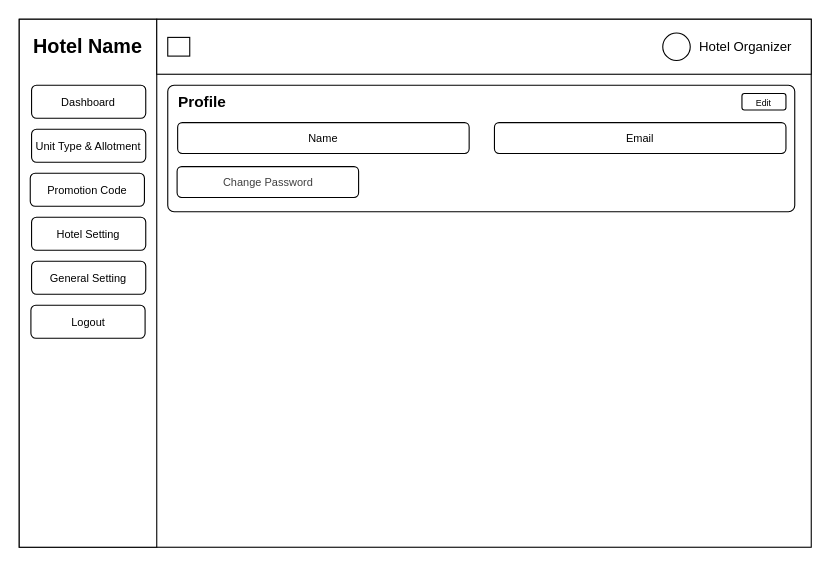
Above: diagram/antarmuka/hotel-organizer/profile.drawio in Hans-Star18/ta-booking-system (draw.io), before the change. Source tidied: cells renumbered, new cells numbered last; positions are measured from the earlier drawing's top-left corner, leaving out a move shared by most shapes. Both pictures are drawn from the tidied source at 110%, with x=0, y=0 at pixel (19, 19).
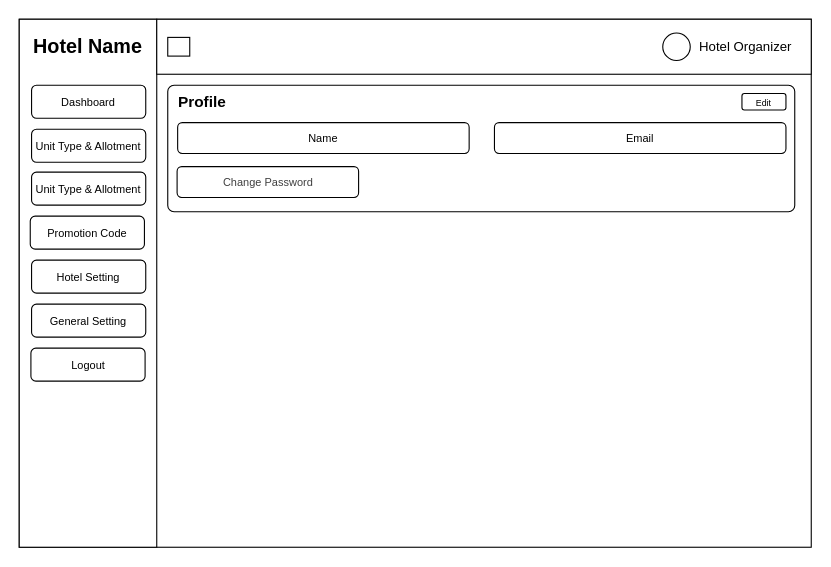
The same page after the edit.

Change to the diagram source:
```diff
@@
     <mxCell id="11" value="&lt;font style=&quot;font-size: 10px;&quot;&gt;Unit Type &amp;amp; Allotment&lt;/font&gt;" style="rounded=1;whiteSpace=wrap;html=1;" parent="1" vertex="1">
-      <mxGeometry x="11.2" y="100" width="103.8" height="30" as="geometry" />
+      <mxGeometry x="11.2" y="139" width="103.8" height="30" as="geometry" />
     </mxCell>
     <mxCell id="12" value="&lt;font style=&quot;font-size: 10px;&quot;&gt;Promotion Code&lt;/font&gt;" style="rounded=1;whiteSpace=wrap;html=1;" parent="1" vertex="1">
-      <mxGeometry x="10" y="140" width="103.8" height="30" as="geometry" />
+      <mxGeometry x="10" y="179" width="103.8" height="30" as="geometry" />
     </mxCell>
     <mxCell id="13" value="&lt;font style=&quot;font-size: 10px;&quot;&gt;General Setting&lt;/font&gt;" style="rounded=1;whiteSpace=wrap;html=1;" parent="1" vertex="1">
-      <mxGeometry x="11.2" y="220" width="103.8" height="30" as="geometry" />
+      <mxGeometry x="11.2" y="259" width="103.8" height="30" as="geometry" />
     </mxCell>
     <mxCell id="14" value="&lt;font style=&quot;font-size: 10px;&quot;&gt;Hotel Setting&lt;/font&gt;" style="rounded=1;whiteSpace=wrap;html=1;" parent="1" vertex="1">
-      <mxGeometry x="11.2" y="180" width="103.8" height="30" as="geometry" />
+      <mxGeometry x="11.2" y="219" width="103.8" height="30" as="geometry" />
     </mxCell>
     <mxCell id="15" value="&lt;font style=&quot;font-size: 10px;&quot;&gt;Logout&lt;/font&gt;" style="rounded=1;whiteSpace=wrap;html=1;" parent="1" vertex="1">
-      <mxGeometry x="10.6" y="260" width="103.8" height="30" as="geometry" />
+      <mxGeometry x="10.6" y="299" width="103.8" height="30" as="geometry" />
     </mxCell>
@@
+    <mxCell id="22" value="&lt;font style=&quot;font-size: 10px;&quot;&gt;Unit Type &amp;amp; Allotment&lt;/font&gt;" style="rounded=1;whiteSpace=wrap;html=1;" parent="1" vertex="1">
+      <mxGeometry x="11.2" y="100" width="103.8" height="30" as="geometry" />
+    </mxCell>
```
